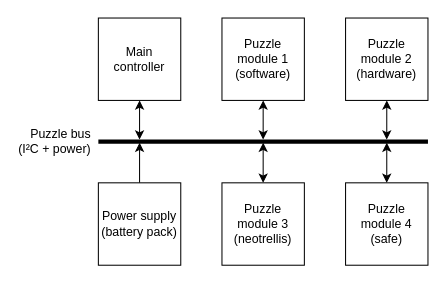
Earlier version of the draw.io diagram page "system-bus" (2 of 12) of docs/figs.drawio (lonkaars/puzzelbox). Source tidied: cells renumbered, new cells numbered last; positions are measured from the earlier drawing's top-left corner, leaving out a move shared by most shapes. Both pictures are drawn from the tidied source at 103%, with x=0, y=0 at pixel (98, 18).
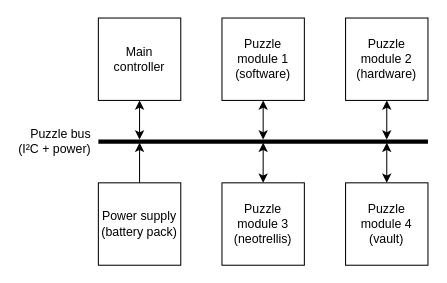
After the change.

Diff of the diagram source:
```diff
@@
-    <mxCell id="8" value="Puzzle module 4&lt;br style=&quot;border-color: var(--border-color);&quot;&gt;(safe)" style="rounded=0;whiteSpace=wrap;html=1;fontFamily=Arial;" parent="1" vertex="1">
+    <mxCell id="8" value="Puzzle module 4&lt;br style=&quot;border-color: var(--border-color);&quot;&gt;(vault)" style="rounded=0;whiteSpace=wrap;html=1;fontFamily=Arial;" parent="1" vertex="1">
       <mxGeometry x="240" y="160" width="80" height="80" as="geometry" />
     </mxCell>
```
